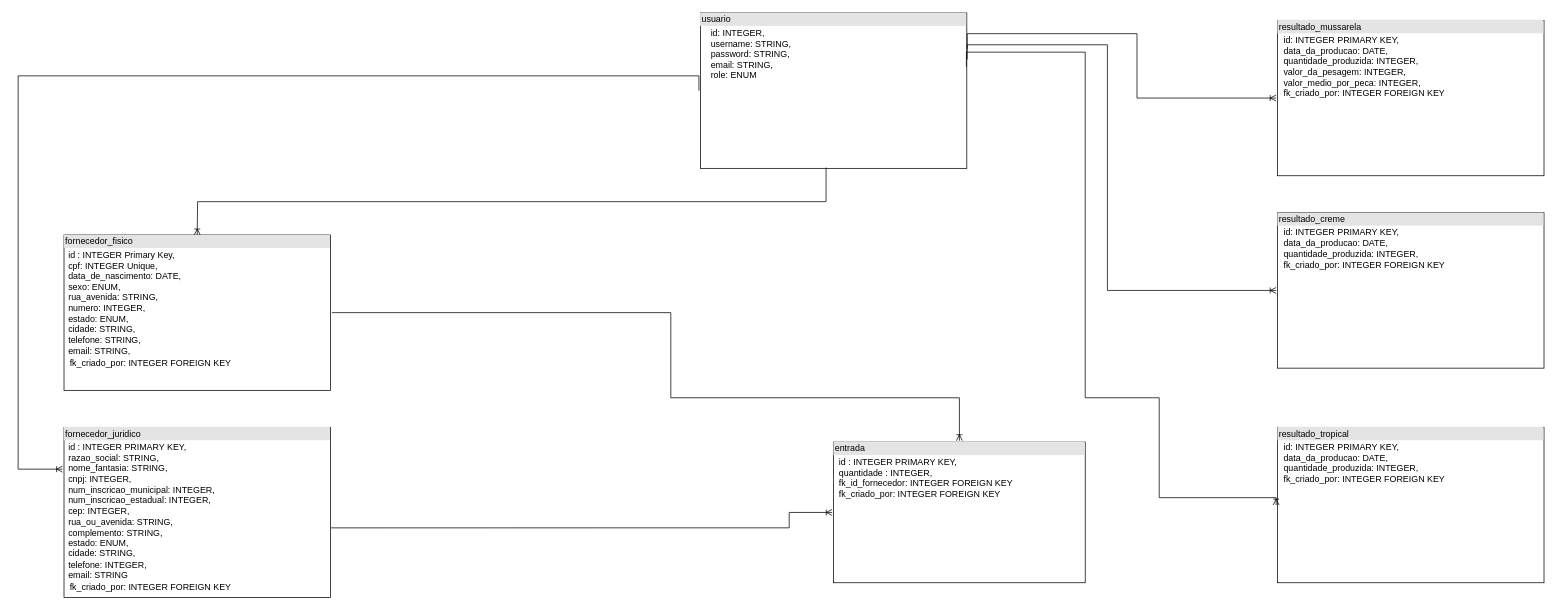
Earlier version of the draw.io diagram db.drawio.xml (Heartless-Caesar/Project_1). Source tidied: cells renumbered, new cells numbered last; positions are measured from the earlier drawing's top-left corner, leaving out a move shared by most shapes. Both pictures are drawn from the tidied source at 74%, with x=0, y=0 at pixel (18, 13).
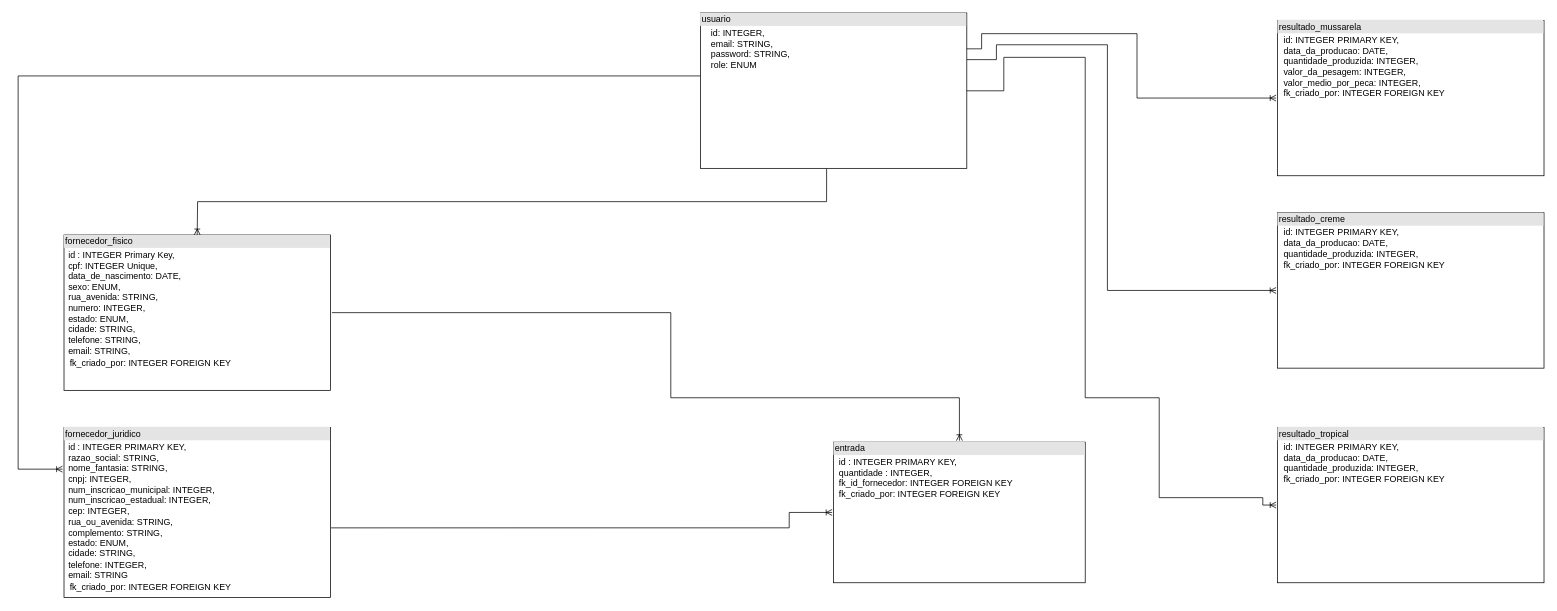
Above is the later version.

Unchanged cells that the change refers to:
```xml
<mxCell id="4" value="&lt;div style=&quot;box-sizing:border-box;width:100%;background:#e4e4e4;padding:2px;&quot;&gt;fornecedor_juridico&lt;/div&gt;&lt;table style=&quot;width:100%;font-size:1em;&quot; cellpadding=&quot;2&quot; cellspacing=&quot;0&quot;&gt;&lt;tbody&gt;&lt;tr&gt;&lt;td&gt;&lt;br&gt;&lt;/td&gt;&lt;td&gt;id : INTEGER PRIMARY KEY,&lt;br&gt;razao_social: STRING,&lt;br&gt;nome_fantasia: STRING,&lt;br&gt;cnpj: INTEGER,&lt;br&gt;num_inscricao_municipal: INTEGER,&lt;br&gt;num_inscricao_estadual: INTEGER,&lt;br&gt;cep: INTEGER,&lt;br&gt;rua_ou_avenida: STRING,&lt;br&gt;complemento: STRING,&lt;br&gt;estado: ENUM,&lt;br&gt;cidade: STRING,&lt;br&gt;telefone: INTEGER,&lt;br&gt;email: STRING&lt;br&gt;&lt;table style=&quot;font-size: 1em; width: 340px;&quot; cellpadding=&quot;2&quot; cellspacing=&quot;0&quot;&gt;&lt;tbody&gt;&lt;tr&gt;&lt;td&gt;fk_criado_por: INTEGER FOREIGN KEY&lt;br&gt;&lt;/td&gt;&lt;/tr&gt;&lt;tr&gt;&lt;/tr&gt;&lt;/tbody&gt;&lt;/table&gt;&lt;br&gt;&lt;/td&gt;&lt;/tr&gt;&lt;tr&gt;&lt;td&gt;&lt;br&gt;&lt;br&gt;&lt;br&gt;&lt;br&gt;&lt;/td&gt;&lt;td&gt;&lt;/td&gt;&lt;/tr&gt;&lt;/tbody&gt;&lt;/table&gt;" style="verticalAlign=top;align=left;overflow=fill;html=1;perimeterSpacing=2;" parent="1" vertex="1">
  <mxGeometry x="62" y="560" width="360" height="230" as="geometry" />
</mxCell>
<mxCell id="10" value="&lt;div style=&quot;box-sizing:border-box;width:100%;background:#e4e4e4;padding:2px;&quot;&gt;resultado_mussarela&lt;/div&gt;&lt;table style=&quot;width:100%;font-size:1em;&quot; cellpadding=&quot;2&quot; cellspacing=&quot;0&quot;&gt;&lt;tbody&gt;&lt;tr&gt;&lt;td&gt;&lt;br&gt;&lt;/td&gt;&lt;td&gt;id: INTEGER PRIMARY KEY,&lt;br&gt;data_da_producao: DATE,&lt;br&gt;quantidade_produzida: INTEGER,&lt;br&gt;valor_da_pesagem: INTEGER,&lt;br&gt;valor_medio_por_peca: INTEGER,&lt;br&gt;fk_criado_por: INTEGER FOREIGN KEY&lt;/td&gt;&lt;/tr&gt;&lt;tr&gt;&lt;td&gt;&lt;br&gt;&lt;br&gt;&lt;br&gt;&lt;br&gt;&lt;/td&gt;&lt;td&gt;&lt;/td&gt;&lt;/tr&gt;&lt;/tbody&gt;&lt;/table&gt;" style="verticalAlign=top;align=left;overflow=fill;html=1;perimeterSpacing=2;" parent="1" vertex="1">
  <mxGeometry x="1702" y="10" width="360" height="210" as="geometry" />
</mxCell>
<mxCell id="11" value="&lt;div style=&quot;box-sizing:border-box;width:100%;background:#e4e4e4;padding:2px;&quot;&gt;resultado_tropical&lt;/div&gt;&lt;table style=&quot;width:100%;font-size:1em;&quot; cellpadding=&quot;2&quot; cellspacing=&quot;0&quot;&gt;&lt;tbody&gt;&lt;tr&gt;&lt;td&gt;&lt;br&gt;&lt;/td&gt;&lt;td&gt;id: INTEGER PRIMARY KEY,&lt;br&gt;data_da_producao: DATE,&lt;br&gt;quantidade_produzida: INTEGER,&lt;br&gt;fk_criado_por: INTEGER FOREIGN KEY&lt;br&gt;&lt;/td&gt;&lt;/tr&gt;&lt;tr&gt;&lt;td&gt;&lt;br&gt;&lt;br&gt;&lt;br&gt;&lt;br&gt;&lt;/td&gt;&lt;td&gt;&lt;/td&gt;&lt;/tr&gt;&lt;/tbody&gt;&lt;/table&gt;" style="verticalAlign=top;align=left;overflow=fill;html=1;perimeterSpacing=2;" parent="1" vertex="1">
  <mxGeometry x="1702" y="560" width="360" height="210" as="geometry" />
</mxCell>
<mxCell id="12" value="&lt;div style=&quot;box-sizing:border-box;width:100%;background:#e4e4e4;padding:2px;&quot;&gt;resultado_creme&lt;/div&gt;&lt;table style=&quot;width:100%;font-size:1em;&quot; cellpadding=&quot;2&quot; cellspacing=&quot;0&quot;&gt;&lt;tbody&gt;&lt;tr&gt;&lt;td&gt;&lt;br&gt;&lt;/td&gt;&lt;td&gt;id: INTEGER PRIMARY KEY,&lt;br&gt;data_da_producao: DATE,&lt;br&gt;quantidade_produzida: INTEGER,&lt;br&gt;fk_criado_por: INTEGER FOREIGN KEY&lt;br&gt;&lt;/td&gt;&lt;/tr&gt;&lt;tr&gt;&lt;td&gt;&lt;br&gt;&lt;br&gt;&lt;br&gt;&lt;br&gt;&lt;/td&gt;&lt;td&gt;&lt;/td&gt;&lt;/tr&gt;&lt;/tbody&gt;&lt;/table&gt;" style="verticalAlign=top;align=left;overflow=fill;html=1;perimeterSpacing=2;" parent="1" vertex="1">
  <mxGeometry x="1702" y="270" width="360" height="210" as="geometry" />
</mxCell>
```

What changed in the source:
```diff
@@
-    <mxCell id="3" style="fontSize=12;html=1;endArrow=ERoneToMany;rounded=0;endFill=0;edgeStyle=orthogonalEdgeStyle;entryX=0;entryY=0.25;entryDx=0;entryDy=0;exitX=0;exitY=0.5;exitDx=0;exitDy=0;" parent="1" edge="1" source="8" target="4">
+    <mxCell id="3" style="fontSize=12;html=1;endArrow=ERoneToMany;rounded=0;endFill=0;edgeStyle=orthogonalEdgeStyle;entryX=0;entryY=0.25;entryDx=0;entryDy=0;exitX=0.007;exitY=0.407;exitDx=0;exitDy=0;exitPerimeter=0;" parent="1" edge="1" source="8" target="4">
       <mxGeometry relative="1" as="geometry">
         <Array as="points">
           <mxPoint y="85" />
           <mxPoint y="616" />
         </Array>
       </mxGeometry>
     </mxCell>
@@
-    <mxCell id="8" value="&lt;div style=&quot;box-sizing:border-box;width:100%;background:#e4e4e4;padding:2px;&quot;&gt;usuario&lt;/div&gt;&lt;table style=&quot;width:100%;font-size:1em;&quot; cellpadding=&quot;2&quot; cellspacing=&quot;0&quot;&gt;&lt;tbody&gt;&lt;tr&gt;&lt;td&gt;&lt;br&gt;&lt;/td&gt;&lt;td&gt;id: INTEGER,&lt;br&gt;username: STRING,&lt;br&gt;password: STRING,&lt;br&gt;email: STRING,&lt;br&gt;role: ENUM&lt;/td&gt;&lt;/tr&gt;&lt;tr&gt;&lt;td&gt;&lt;br&gt;&lt;br&gt;&lt;br&gt;&lt;br&gt;&lt;/td&gt;&lt;td&gt;&lt;/td&gt;&lt;/tr&gt;&lt;/tbody&gt;&lt;/table&gt;" style="verticalAlign=top;align=left;overflow=fill;html=1;perimeterSpacing=2;" parent="1" vertex="1">
+    <mxCell id="8" value="&lt;div style=&quot;box-sizing:border-box;width:100%;background:#e4e4e4;padding:2px;&quot;&gt;usuario&lt;/div&gt;&lt;table style=&quot;width:100%;font-size:1em;&quot; cellpadding=&quot;2&quot; cellspacing=&quot;0&quot;&gt;&lt;tbody&gt;&lt;tr&gt;&lt;td&gt;&lt;br&gt;&lt;/td&gt;&lt;td&gt;id: INTEGER,&lt;br&gt;email: STRING,&lt;br&gt;password: STRING,&lt;br&gt;role: ENUM&lt;/td&gt;&lt;/tr&gt;&lt;tr&gt;&lt;td&gt;&lt;br&gt;&lt;br&gt;&lt;br&gt;&lt;br&gt;&lt;/td&gt;&lt;td&gt;&lt;/td&gt;&lt;/tr&gt;&lt;/tbody&gt;&lt;/table&gt;" style="verticalAlign=top;align=left;overflow=fill;html=1;perimeterSpacing=2;" parent="1" vertex="1">
       <mxGeometry x="922" width="360" height="210" as="geometry" />
     </mxCell>
-    <mxCell id="9" style="edgeStyle=orthogonalEdgeStyle;fontSize=12;html=1;endArrow=ERoneToMany;rounded=0;exitX=0.472;exitY=0.986;exitDx=0;exitDy=0;exitPerimeter=0;" parent="1" edge="1" source="8">
+    <mxCell id="9" style="edgeStyle=orthogonalEdgeStyle;fontSize=12;html=1;endArrow=ERoneToMany;rounded=0;exitX=0.474;exitY=0.993;exitDx=0;exitDy=0;exitPerimeter=0;" parent="1" edge="1" source="8">
       <mxGeometry relative="1" as="geometry">
         <mxPoint x="242" y="300" as="targetPoint" />
       </mxGeometry>
     </mxCell>
@@
-    <mxCell id="13" style="fontSize=12;html=1;endArrow=ERoneToMany;rounded=0;endFill=0;edgeStyle=orthogonalEdgeStyle;entryX=0;entryY=0.5;entryDx=0;entryDy=0;exitX=0.996;exitY=0.236;exitDx=0;exitDy=0;exitPerimeter=0;" parent="1" edge="1" source="8" target="10">
+    <mxCell id="13" style="fontSize=12;html=1;endArrow=ERoneToMany;rounded=0;endFill=0;edgeStyle=orthogonalEdgeStyle;entryX=0;entryY=0.5;entryDx=0;entryDy=0;exitX=0.994;exitY=0.236;exitDx=0;exitDy=0;exitPerimeter=0;" parent="1" edge="1" source="8" target="10">
       <mxGeometry relative="1" as="geometry">
         <Array as="points">
+          <mxPoint x="1302" y="49" />
+          <mxPoint x="1302" y="28" />
           <mxPoint x="1512" y="28" />
           <mxPoint x="1512" y="115" />
         </Array>
       </mxGeometry>
     </mxCell>
-    <mxCell id="14" style="fontSize=12;html=1;endArrow=ERoneToMany;rounded=0;endFill=0;edgeStyle=orthogonalEdgeStyle;entryX=0;entryY=0.5;entryDx=0;entryDy=0;exitX=0.996;exitY=0.303;exitDx=0;exitDy=0;exitPerimeter=0;" parent="1" edge="1" source="8" target="12">
+    <mxCell id="14" style="fontSize=12;html=1;endArrow=ERoneToMany;rounded=0;endFill=0;edgeStyle=orthogonalEdgeStyle;entryX=0;entryY=0.5;entryDx=0;entryDy=0;exitX=0.995;exitY=0.304;exitDx=0;exitDy=0;exitPerimeter=0;" parent="1" edge="1" source="8" target="12">
       <mxGeometry relative="1" as="geometry">
         <Array as="points">
+          <mxPoint x="1322" y="63" />
+          <mxPoint x="1322" y="43" />
           <mxPoint x="1472" y="43" />
           <mxPoint x="1472" y="375" />
         </Array>
       </mxGeometry>
     </mxCell>
-    <mxCell id="15" style="fontSize=12;html=1;endArrow=ERoneToMany;rounded=0;endFill=0;edgeStyle=orthogonalEdgeStyle;entryX=0;entryY=0.5;entryDx=0;entryDy=0;exitX=0.993;exitY=0.35;exitDx=0;exitDy=0;exitPerimeter=0;" parent="1" edge="1" source="8" target="11">
+    <mxCell id="15" style="fontSize=12;html=1;endArrow=ERoneToMany;rounded=0;endFill=0;edgeStyle=orthogonalEdgeStyle;exitX=0.994;exitY=0.501;exitDx=0;exitDy=0;exitPerimeter=0;" parent="1" edge="1" source="8" target="11">
       <mxGeometry relative="1" as="geometry">
         <Array as="points">
-          <mxPoint x="1442" y="53" />
+          <mxPoint x="1332" y="105" />
+          <mxPoint x="1332" y="60" />
+          <mxPoint x="1442" y="60" />
           <mxPoint x="1442" y="520" />
           <mxPoint x="1542" y="520" />
           <mxPoint x="1542" y="655" />
+          <mxPoint x="1682" y="655" />
+          <mxPoint x="1682" y="665" />
         </Array>
       </mxGeometry>
     </mxCell>
```
